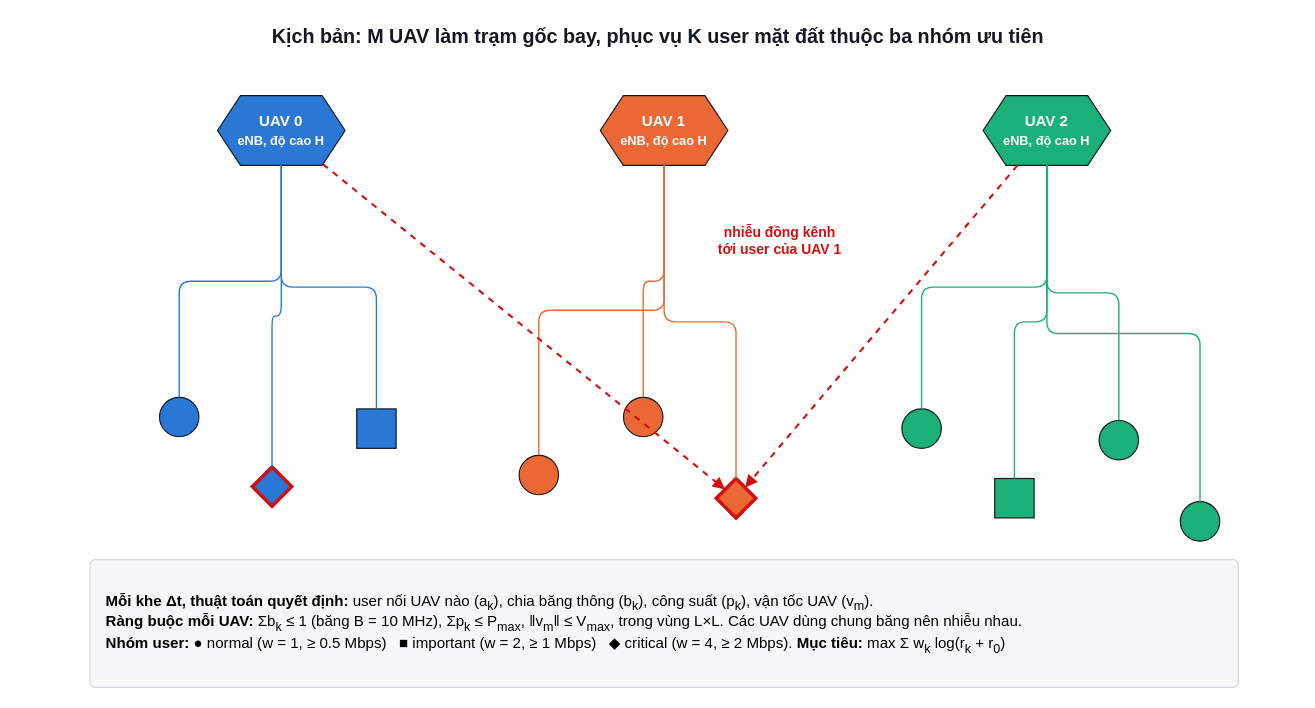
The draw.io diagram docs/figures/kich_ban.drawio in vietdai-bk/N44_2026_LTM_038_056, before the edit. Source tidied: cells renumbered, new cells numbered last; positions are measured from the earlier drawing's top-left corner, leaving out a move shared by most shapes. Both pictures are drawn from the tidied source at 116%, with x=0, y=0 at pixel (20, 20).
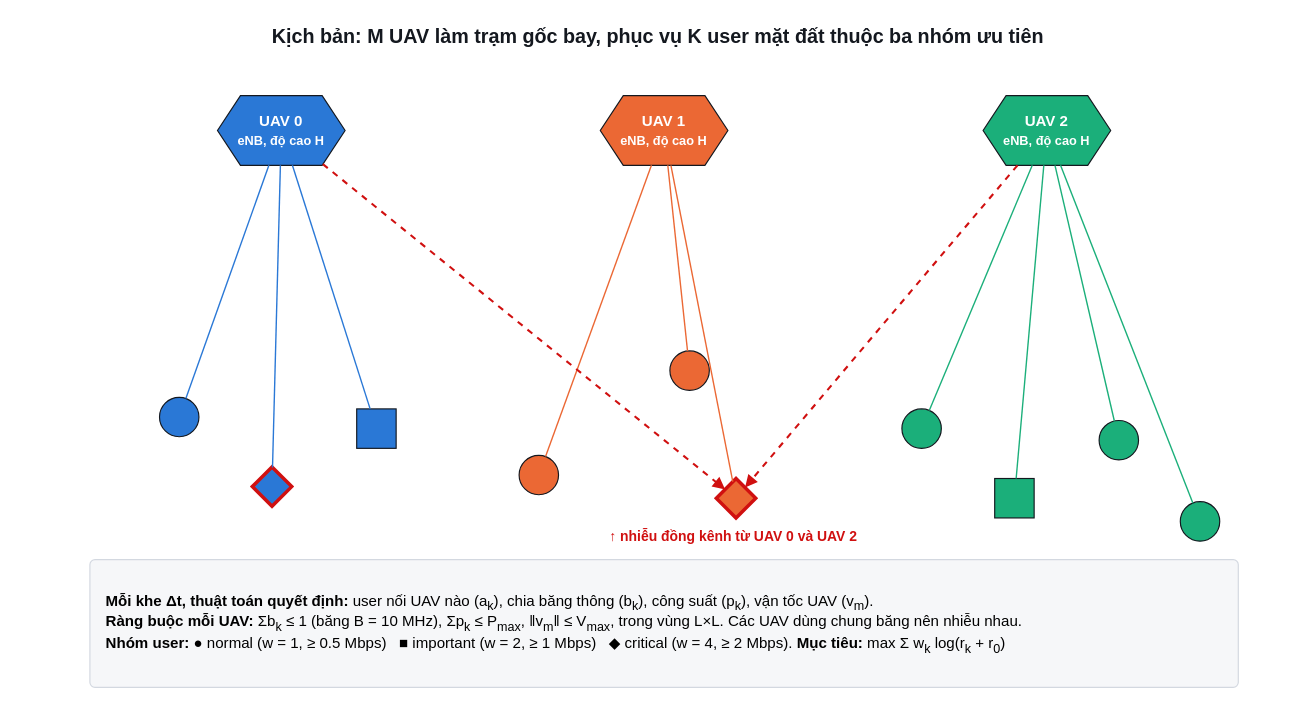
After the change.

Unchanged cells that the change refers to:
```xml
<mxCell id="3" value="UAV 0&lt;br&gt;&lt;font style='font-size:11px'&gt;eNB, độ cao H&lt;/font&gt;" style="shape=hexagon;perimeter=hexagonPerimeter2;size=0.18;whiteSpace=wrap;html=1;fillColor=#2a78d6;strokeColor=#14181f;fontFamily=Helvetica;fontSize=13;fontColor=#ffffff;fontStyle=1;" parent="1" vertex="1">
  <mxGeometry x="170" y="65" width="110" height="60" as="geometry" />
</mxCell>
<mxCell id="4" value="UAV 1&lt;br&gt;&lt;font style='font-size:11px'&gt;eNB, độ cao H&lt;/font&gt;" style="shape=hexagon;perimeter=hexagonPerimeter2;size=0.18;whiteSpace=wrap;html=1;fillColor=#eb6834;strokeColor=#14181f;fontFamily=Helvetica;fontSize=13;fontColor=#ffffff;fontStyle=1;" parent="1" vertex="1">
  <mxGeometry x="500" y="65" width="110" height="60" as="geometry" />
</mxCell>
<mxCell id="5" value="UAV 2&lt;br&gt;&lt;font style='font-size:11px'&gt;eNB, độ cao H&lt;/font&gt;" style="shape=hexagon;perimeter=hexagonPerimeter2;size=0.18;whiteSpace=wrap;html=1;fillColor=#1baf7a;strokeColor=#14181f;fontFamily=Helvetica;fontSize=13;fontColor=#ffffff;fontStyle=1;" parent="1" vertex="1">
  <mxGeometry x="830" y="65" width="110" height="60" as="geometry" />
</mxCell>
<mxCell id="6" style="ellipse;whiteSpace=wrap;html=1;fillColor=#2a78d6;strokeColor=#14181f;fontFamily=Helvetica;fontSize=13;" parent="1" vertex="1">
  <mxGeometry x="120" y="325" width="34" height="34" as="geometry" />
</mxCell>
<mxCell id="8" style="rhombus;strokeWidth=3;whiteSpace=wrap;html=1;fillColor=#2a78d6;strokeColor=#d01010;fontFamily=Helvetica;fontSize=13;" parent="1" vertex="1">
  <mxGeometry x="200" y="385" width="34" height="34" as="geometry" />
</mxCell>
<mxCell id="10" style="rounded=0;whiteSpace=wrap;html=1;fillColor=#2a78d6;strokeColor=#14181f;fontFamily=Helvetica;fontSize=13;" parent="1" vertex="1">
  <mxGeometry x="290" y="335" width="34" height="34" as="geometry" />
</mxCell>
<mxCell id="12" style="ellipse;whiteSpace=wrap;html=1;fillColor=#eb6834;strokeColor=#14181f;fontFamily=Helvetica;fontSize=13;" parent="1" vertex="1">
  <mxGeometry x="430" y="375" width="34" height="34" as="geometry" />
</mxCell>
<mxCell id="16" style="rhombus;strokeWidth=3;whiteSpace=wrap;html=1;fillColor=#eb6834;strokeColor=#d01010;fontFamily=Helvetica;fontSize=13;" parent="1" vertex="1">
  <mxGeometry x="600" y="395" width="34" height="34" as="geometry" />
</mxCell>
<mxCell id="18" style="ellipse;whiteSpace=wrap;html=1;fillColor=#1baf7a;strokeColor=#14181f;fontFamily=Helvetica;fontSize=13;" parent="1" vertex="1">
  <mxGeometry x="760" y="335" width="34" height="34" as="geometry" />
</mxCell>
<mxCell id="20" style="rounded=0;whiteSpace=wrap;html=1;fillColor=#1baf7a;strokeColor=#14181f;fontFamily=Helvetica;fontSize=13;" parent="1" vertex="1">
  <mxGeometry x="840" y="395" width="34" height="34" as="geometry" />
</mxCell>
<mxCell id="22" style="ellipse;whiteSpace=wrap;html=1;fillColor=#1baf7a;strokeColor=#14181f;fontFamily=Helvetica;fontSize=13;" parent="1" vertex="1">
  <mxGeometry x="930" y="345" width="34" height="34" as="geometry" />
</mxCell>
<mxCell id="24" style="ellipse;whiteSpace=wrap;html=1;fillColor=#1baf7a;strokeColor=#14181f;fontFamily=Helvetica;fontSize=13;" parent="1" vertex="1">
  <mxGeometry x="1000" y="415" width="34" height="34" as="geometry" />
</mxCell>
```

The edit, as a diff of the source:
```diff
@@
-    <mxCell id="7" style="edgeStyle=orthogonalEdgeStyle;rounded=1;html=1;strokeColor=#2a78d6;strokeWidth=1.2;endArrow=none;fontFamily=Helvetica;fontSize=12;fontColor=#14181f;labelBackgroundColor=#ffffff;exitX=0.5;exitY=1;exitDx=0;exitDy=0;entryX=0.5;entryY=0;entryDx=0;entryDy=0;" parent="1" edge="1" source="3" target="6">
+    <mxCell id="7" style="rounded=1;html=1;strokeColor=#2a78d6;strokeWidth=1.2;endArrow=none;fontFamily=Helvetica;fontSize=12;fontColor=#14181f;labelBackgroundColor=#ffffff;" parent="1" edge="1" source="3" target="6">
       <mxGeometry relative="1" as="geometry" />
     </mxCell>
@@
-    <mxCell id="9" style="edgeStyle=orthogonalEdgeStyle;rounded=1;html=1;strokeColor=#2a78d6;strokeWidth=1.2;endArrow=none;fontFamily=Helvetica;fontSize=12;fontColor=#14181f;labelBackgroundColor=#ffffff;exitX=0.5;exitY=1;exitDx=0;exitDy=0;entryX=0.5;entryY=0;entryDx=0;entryDy=0;" parent="1" edge="1" source="3" target="8">
+    <mxCell id="9" style="rounded=1;html=1;strokeColor=#2a78d6;strokeWidth=1.2;endArrow=none;fontFamily=Helvetica;fontSize=12;fontColor=#14181f;labelBackgroundColor=#ffffff;" parent="1" edge="1" source="3" target="8">
       <mxGeometry relative="1" as="geometry" />
     </mxCell>
@@
-    <mxCell id="11" style="edgeStyle=orthogonalEdgeStyle;rounded=1;html=1;strokeColor=#2a78d6;strokeWidth=1.2;endArrow=none;fontFamily=Helvetica;fontSize=12;fontColor=#14181f;labelBackgroundColor=#ffffff;exitX=0.5;exitY=1;exitDx=0;exitDy=0;entryX=0.5;entryY=0;entryDx=0;entryDy=0;" parent="1" edge="1" source="3" target="10">
+    <mxCell id="11" style="rounded=1;html=1;strokeColor=#2a78d6;strokeWidth=1.2;endArrow=none;fontFamily=Helvetica;fontSize=12;fontColor=#14181f;labelBackgroundColor=#ffffff;" parent="1" edge="1" source="3" target="10">
       <mxGeometry relative="1" as="geometry" />
     </mxCell>
@@
-    <mxCell id="13" style="edgeStyle=orthogonalEdgeStyle;rounded=1;html=1;strokeColor=#eb6834;strokeWidth=1.2;endArrow=none;fontFamily=Helvetica;fontSize=12;fontColor=#14181f;labelBackgroundColor=#ffffff;exitX=0.5;exitY=1;exitDx=0;exitDy=0;entryX=0.5;entryY=0;entryDx=0;entryDy=0;" parent="1" edge="1" source="4" target="12">
+    <mxCell id="13" style="rounded=1;html=1;strokeColor=#eb6834;strokeWidth=1.2;endArrow=none;fontFamily=Helvetica;fontSize=12;fontColor=#14181f;labelBackgroundColor=#ffffff;" parent="1" edge="1" source="4" target="12">
       <mxGeometry relative="1" as="geometry" />
     </mxCell>
     <mxCell id="14" style="ellipse;whiteSpace=wrap;html=1;fillColor=#eb6834;strokeColor=#14181f;fontFamily=Helvetica;fontSize=13;" parent="1" vertex="1">
-      <mxGeometry x="520" y="325" width="34" height="34" as="geometry" />
+      <mxGeometry x="560" y="285" width="34" height="34" as="geometry" />
     </mxCell>
-    <mxCell id="15" style="edgeStyle=orthogonalEdgeStyle;rounded=1;html=1;strokeColor=#eb6834;strokeWidth=1.2;endArrow=none;fontFamily=Helvetica;fontSize=12;fontColor=#14181f;labelBackgroundColor=#ffffff;exitX=0.5;exitY=1;exitDx=0;exitDy=0;entryX=0.5;entryY=0;entryDx=0;entryDy=0;" parent="1" edge="1" source="4" target="14">
+    <mxCell id="15" style="rounded=1;html=1;strokeColor=#eb6834;strokeWidth=1.2;endArrow=none;fontFamily=Helvetica;fontSize=12;fontColor=#14181f;labelBackgroundColor=#ffffff;" parent="1" edge="1" source="4" target="14">
       <mxGeometry relative="1" as="geometry" />
     </mxCell>
@@
-    <mxCell id="17" style="edgeStyle=orthogonalEdgeStyle;rounded=1;html=1;strokeColor=#eb6834;strokeWidth=1.2;endArrow=none;fontFamily=Helvetica;fontSize=12;fontColor=#14181f;labelBackgroundColor=#ffffff;exitX=0.5;exitY=1;exitDx=0;exitDy=0;entryX=0.5;entryY=0;entryDx=0;entryDy=0;" parent="1" edge="1" source="4" target="16">
+    <mxCell id="17" style="rounded=1;html=1;strokeColor=#eb6834;strokeWidth=1.2;endArrow=none;fontFamily=Helvetica;fontSize=12;fontColor=#14181f;labelBackgroundColor=#ffffff;" parent="1" edge="1" source="4" target="16">
       <mxGeometry relative="1" as="geometry" />
     </mxCell>
@@
-    <mxCell id="19" style="edgeStyle=orthogonalEdgeStyle;rounded=1;html=1;strokeColor=#1baf7a;strokeWidth=1.2;endArrow=none;fontFamily=Helvetica;fontSize=12;fontColor=#14181f;labelBackgroundColor=#ffffff;exitX=0.5;exitY=1;exitDx=0;exitDy=0;entryX=0.5;entryY=0;entryDx=0;entryDy=0;" parent="1" edge="1" source="5" target="18">
+    <mxCell id="19" style="rounded=1;html=1;strokeColor=#1baf7a;strokeWidth=1.2;endArrow=none;fontFamily=Helvetica;fontSize=12;fontColor=#14181f;labelBackgroundColor=#ffffff;" parent="1" edge="1" source="5" target="18">
       <mxGeometry relative="1" as="geometry" />
     </mxCell>
@@
-    <mxCell id="21" style="edgeStyle=orthogonalEdgeStyle;rounded=1;html=1;strokeColor=#1baf7a;strokeWidth=1.2;endArrow=none;fontFamily=Helvetica;fontSize=12;fontColor=#14181f;labelBackgroundColor=#ffffff;exitX=0.5;exitY=1;exitDx=0;exitDy=0;entryX=0.5;entryY=0;entryDx=0;entryDy=0;" parent="1" edge="1" source="5" target="20">
+    <mxCell id="21" style="rounded=1;html=1;strokeColor=#1baf7a;strokeWidth=1.2;endArrow=none;fontFamily=Helvetica;fontSize=12;fontColor=#14181f;labelBackgroundColor=#ffffff;" parent="1" edge="1" source="5" target="20">
       <mxGeometry relative="1" as="geometry" />
     </mxCell>
@@
-    <mxCell id="23" style="edgeStyle=orthogonalEdgeStyle;rounded=1;html=1;strokeColor=#1baf7a;strokeWidth=1.2;endArrow=none;fontFamily=Helvetica;fontSize=12;fontColor=#14181f;labelBackgroundColor=#ffffff;exitX=0.5;exitY=1;exitDx=0;exitDy=0;entryX=0.5;entryY=0;entryDx=0;entryDy=0;" parent="1" edge="1" source="5" target="22">
+    <mxCell id="23" style="rounded=1;html=1;strokeColor=#1baf7a;strokeWidth=1.2;endArrow=none;fontFamily=Helvetica;fontSize=12;fontColor=#14181f;labelBackgroundColor=#ffffff;" parent="1" edge="1" source="5" target="22">
       <mxGeometry relative="1" as="geometry" />
     </mxCell>
@@
-    <mxCell id="25" style="edgeStyle=orthogonalEdgeStyle;rounded=1;html=1;strokeColor=#1baf7a;strokeWidth=1.2;endArrow=none;fontFamily=Helvetica;fontSize=12;fontColor=#14181f;labelBackgroundColor=#ffffff;exitX=0.5;exitY=1;exitDx=0;exitDy=0;entryX=0.5;entryY=0;entryDx=0;entryDy=0;" parent="1" edge="1" source="5" target="24">
+    <mxCell id="25" style="rounded=1;html=1;strokeColor=#1baf7a;strokeWidth=1.2;endArrow=none;fontFamily=Helvetica;fontSize=12;fontColor=#14181f;labelBackgroundColor=#ffffff;" parent="1" edge="1" source="5" target="24">
       <mxGeometry relative="1" as="geometry" />
     </mxCell>
@@
-    <mxCell id="27" value="nhiễu đồng kênh&lt;br&gt;tới user của UAV 1" style="text;align=center;verticalAlign=middle;whiteSpace=wrap;html=1;fillColor=none;strokeColor=none;fontFamily=Helvetica;fontSize=12;fontColor=#d01010;fontStyle=1;" parent="1" vertex="1">
-      <mxGeometry x="560" y="170" width="190" height="40" as="geometry" />
+    <mxCell id="27" value="↑ nhiễu đồng kênh từ UAV 0 và UAV 2" style="text;align=center;verticalAlign=middle;whiteSpace=wrap;html=1;fillColor=none;strokeColor=none;fontFamily=Helvetica;fontSize=12;fontColor=#d01010;fontStyle=1;" parent="1" vertex="1">
+      <mxGeometry x="500" y="433" width="230" height="24" as="geometry" />
     </mxCell>
```
